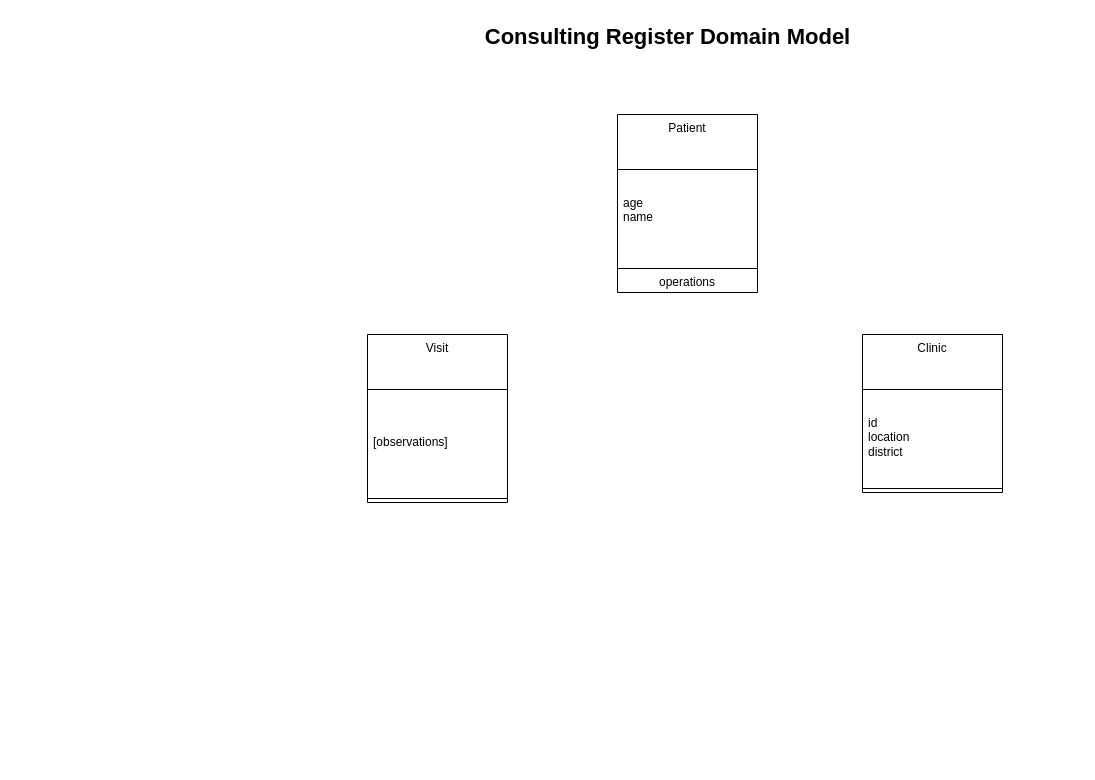
wyattmccurdy12/Consulting-Register-COS-420 keeps this draw.io diagram as archive/iteration_1/domain_model.drawio. Above is the earlier version. Source tidied: cells renumbered, new cells numbered last; positions are measured from the earlier drawing's top-left corner, leaving out a move shared by most shapes. Both pictures are drawn from the tidied source at 100%, with x=0, y=0 at pixel (367, 17).
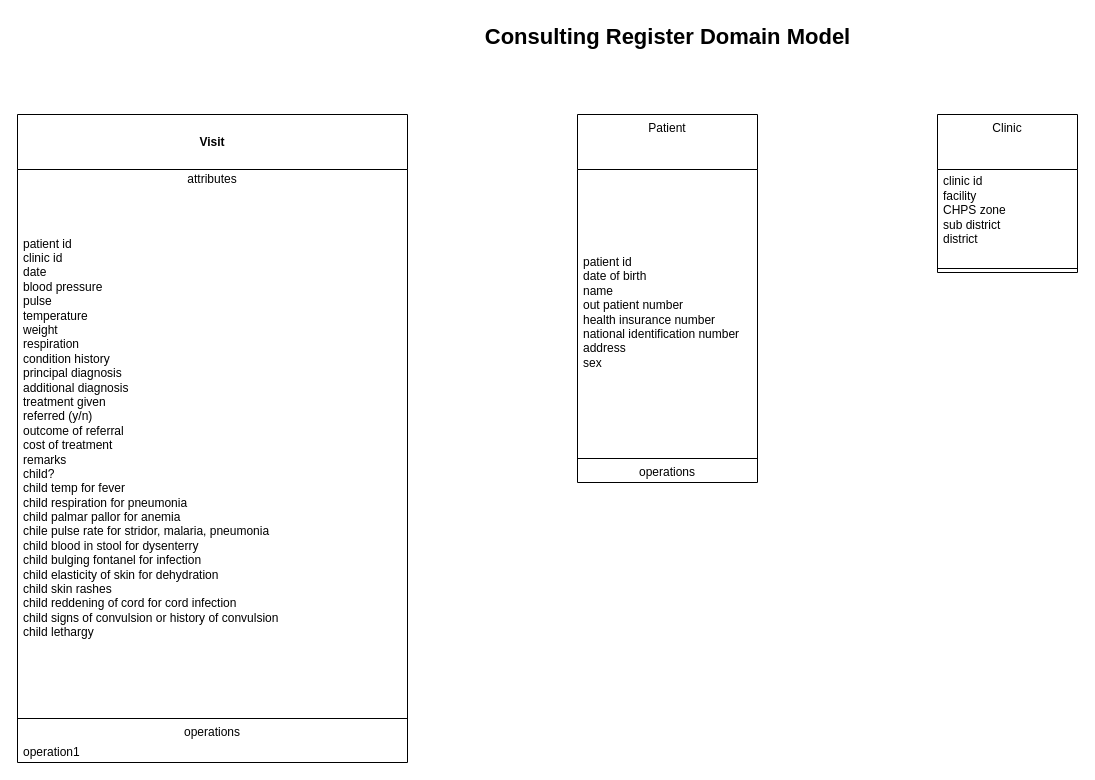
The same diagram, later.

Commit message:
fill in domain model attributes - draft

The edit, as a diff of the source:
```diff
@@
 <mxGraphModel>
   <root>
     <mxCell id="0" />
     <mxCell id="1" parent="0" />
     <mxCell id="2" value="Patient" style="swimlane;fontStyle=0;align=center;verticalAlign=top;horizontal=1;startSize=55;html=1;whiteSpace=wrap;" parent="1" vertex="1">
-      <mxGeometry x="250" y="97" width="140" height="178" as="geometry" />
+      <mxGeometry x="210" y="97" width="180" height="368" as="geometry" />
     </mxCell>
-    <mxCell id="3" value="&lt;div&gt;&lt;font style=&quot;color: light-dark(rgb(0, 0, 0), rgb(255, 255, 255));&quot;&gt;age&lt;/font&gt;&lt;/div&gt;&lt;div&gt;&lt;font style=&quot;color: light-dark(rgb(0, 0, 0), rgb(255, 255, 255));&quot;&gt;name&lt;/font&gt;&lt;/div&gt;&lt;div&gt;&lt;br&gt;&lt;/div&gt;" style="text;html=1;strokeColor=none;fillColor=none;align=left;verticalAlign=middle;spacingLeft=4;spacingRight=4;overflow=hidden;whiteSpace=wrap;" parent="2" vertex="1">
-      <mxGeometry y="55" width="140" height="95" as="geometry" />
+    <mxCell id="3" value="&lt;div&gt;patient id&lt;/div&gt;&lt;div&gt;date of birth&lt;/div&gt;&lt;div&gt;&lt;span style=&quot;background-color: transparent;&quot;&gt;name&lt;/span&gt;&lt;/div&gt;&lt;div&gt;&lt;font style=&quot;color: light-dark(rgb(0, 0, 0), rgb(255, 255, 255));&quot;&gt;out patient number&lt;/font&gt;&lt;/div&gt;&lt;div&gt;&lt;font style=&quot;color: light-dark(rgb(0, 0, 0), rgb(255, 255, 255));&quot;&gt;health insurance number&lt;/font&gt;&lt;/div&gt;&lt;div&gt;&lt;font style=&quot;color: light-dark(rgb(0, 0, 0), rgb(255, 255, 255));&quot;&gt;national identification number&lt;/font&gt;&lt;/div&gt;&lt;div&gt;address&lt;/div&gt;&lt;div&gt;sex&lt;/div&gt;" style="text;html=1;strokeColor=none;fillColor=none;align=left;verticalAlign=middle;spacingLeft=4;spacingRight=4;overflow=hidden;whiteSpace=wrap;" parent="2" vertex="1">
+      <mxGeometry y="55" width="180" height="285" as="geometry" />
     </mxCell>
     <mxCell id="4" style="line;strokeWidth=1;fillColor=none;align=left;verticalAlign=middle;spacingTop=-1;spacingLeft=3;spacingRight=3;labelPosition=right;" parent="2" vertex="1">
-      <mxGeometry y="150" width="140" height="8" as="geometry" />
+      <mxGeometry y="340" width="180" height="8" as="geometry" />
     </mxCell>
     <mxCell id="5" value="operations" style="text;html=1;strokeColor=none;fillColor=none;align=center;verticalAlign=middle;spacingLeft=4;spacingRight=4;overflow=hidden;whiteSpace=wrap;" parent="2" vertex="1">
-      <mxGeometry y="158" width="140" height="20" as="geometry" />
+      <mxGeometry y="348" width="180" height="20" as="geometry" />
     </mxCell>
     <mxCell id="6" value="&lt;b&gt;&lt;font style=&quot;font-size: 22px;&quot;&gt;Consulting Register Domain Model&lt;/font&gt;&lt;/b&gt;" style="text;html=1;align=center;verticalAlign=middle;strokeColor=none;fillColor=none;" parent="1" vertex="1">
       <mxGeometry x="105" width="390" height="40" as="geometry" />
     </mxCell>
-    <mxCell id="7" value="Visit" style="swimlane;fontStyle=0;align=center;verticalAlign=top;horizontal=1;startSize=55;html=1;whiteSpace=wrap;" parent="1" vertex="1">
-      <mxGeometry y="317" width="140" height="168" as="geometry" />
-    </mxCell>
-    <mxCell id="8" value="[observations]" style="text;html=1;strokeColor=none;fillColor=none;align=left;verticalAlign=middle;spacingLeft=4;spacingRight=4;overflow=hidden;whiteSpace=wrap;" parent="7" vertex="1">
-      <mxGeometry y="55" width="140" height="105" as="geometry" />
-    </mxCell>
-    <mxCell id="9" style="line;strokeWidth=1;fillColor=none;align=left;verticalAlign=middle;spacingTop=-1;spacingLeft=3;spacingRight=3;labelPosition=right;" parent="7" vertex="1">
-      <mxGeometry y="160" width="140" height="8" as="geometry" />
-    </mxCell>
     <mxCell id="10" value="Clinic" style="swimlane;fontStyle=0;align=center;verticalAlign=top;horizontal=1;startSize=55;html=1;whiteSpace=wrap;" parent="1" vertex="1">
-      <mxGeometry x="495" y="317" width="140" height="158" as="geometry" />
+      <mxGeometry x="570" y="97" width="140" height="158" as="geometry" />
     </mxCell>
-    <mxCell id="11" value="&lt;font style=&quot;color: light-dark(rgb(0, 0, 0), rgb(255, 255, 255));&quot;&gt;id&lt;/font&gt;&lt;div&gt;&lt;font style=&quot;color: light-dark(rgb(0, 0, 0), rgb(255, 255, 255));&quot;&gt;location&lt;/font&gt;&lt;/div&gt;&lt;div&gt;&lt;font style=&quot;color: light-dark(rgb(0, 0, 0), rgb(255, 255, 255));&quot;&gt;district&lt;/font&gt;&lt;/div&gt;" style="text;html=1;strokeColor=none;fillColor=none;align=left;verticalAlign=middle;spacingLeft=4;spacingRight=4;overflow=hidden;whiteSpace=wrap;" parent="10" vertex="1">
+    <mxCell id="11" value="&lt;div&gt;&lt;font style=&quot;color: light-dark(rgb(0, 0, 0), rgb(255, 255, 255));&quot;&gt;clinic id&lt;/font&gt;&lt;/div&gt;&lt;div&gt;&lt;font style=&quot;color: light-dark(rgb(0, 0, 0), rgb(255, 255, 255));&quot;&gt;facility&lt;/font&gt;&lt;/div&gt;&lt;div&gt;&lt;font style=&quot;color: light-dark(rgb(0, 0, 0), rgb(255, 255, 255));&quot;&gt;CHPS zone&lt;/font&gt;&lt;/div&gt;&lt;div&gt;&lt;font style=&quot;color: light-dark(rgb(0, 0, 0), rgb(255, 255, 255));&quot;&gt;sub district&lt;/font&gt;&lt;/div&gt;&lt;div&gt;&lt;font style=&quot;color: light-dark(rgb(0, 0, 0), rgb(255, 255, 255));&quot;&gt;district&lt;/font&gt;&lt;/div&gt;&lt;div&gt;&lt;br&gt;&lt;/div&gt;" style="text;html=1;strokeColor=none;fillColor=none;align=left;verticalAlign=middle;spacingLeft=4;spacingRight=4;overflow=hidden;whiteSpace=wrap;" parent="10" vertex="1">
       <mxGeometry y="55" width="140" height="95" as="geometry" />
     </mxCell>
     <mxCell id="12" style="line;strokeWidth=1;fillColor=none;align=left;verticalAlign=middle;spacingTop=-1;spacingLeft=3;spacingRight=3;labelPosition=right;" parent="10" vertex="1">
       <mxGeometry y="150" width="140" height="8" as="geometry" />
     </mxCell>
+    <mxCell id="7" value="&lt;br&gt;&lt;b&gt;Visit&lt;/b&gt;" style="swimlane;fontStyle=0;align=center;verticalAlign=top;horizontal=1;startSize=55;html=1;whiteSpace=wrap;" parent="1" vertex="1">
+      <mxGeometry x="-350" y="97" width="390" height="648" as="geometry" />
+    </mxCell>
+    <mxCell id="13" value="attributes" style="text;html=1;strokeColor=none;fillColor=none;align=center;verticalAlign=middle;spacingLeft=4;spacingRight=4;overflow=hidden;whiteSpace=wrap;" parent="7" vertex="1">
+      <mxGeometry y="55" width="390" height="20" as="geometry" />
+    </mxCell>
+    <mxCell id="14" value="patient id&lt;div&gt;clinic id&lt;/div&gt;&lt;div&gt;date&lt;/div&gt;&lt;div&gt;blood pressure&lt;/div&gt;&lt;div&gt;pulse&lt;/div&gt;&lt;div&gt;temperature&lt;/div&gt;&lt;div&gt;weight&lt;/div&gt;&lt;div&gt;respiration&lt;/div&gt;&lt;div&gt;condition history&lt;/div&gt;&lt;div&gt;principal diagnosis&lt;/div&gt;&lt;div&gt;additional diagnosis&lt;/div&gt;&lt;div&gt;treatment given&lt;/div&gt;&lt;div&gt;referred (y/n)&lt;/div&gt;&lt;div&gt;outcome of referral&lt;/div&gt;&lt;div&gt;cost of treatment&lt;/div&gt;&lt;div&gt;remarks&lt;/div&gt;&lt;div&gt;child?&lt;/div&gt;&lt;div&gt;child temp for fever&lt;/div&gt;&lt;div&gt;child respiration for pneumonia&lt;/div&gt;&lt;div&gt;child palmar pallor for anemia&lt;/div&gt;&lt;div&gt;chile pulse rate for stridor, malaria, pneumonia&lt;/div&gt;&lt;div&gt;child blood in stool for dysenterry&lt;/div&gt;&lt;div&gt;child bulging fontanel for infection&lt;/div&gt;&lt;div&gt;child elasticity of skin for dehydration&lt;/div&gt;&lt;div&gt;child skin rashes&lt;/div&gt;&lt;div&gt;child reddening of cord for cord infection&lt;/div&gt;&lt;div&gt;child signs of convulsion or history of convulsion&lt;/div&gt;&lt;div&gt;child lethargy&lt;/div&gt;&lt;div&gt;&lt;br&gt;&lt;/div&gt;&lt;div&gt;&lt;br&gt;&lt;/div&gt;" style="text;html=1;strokeColor=none;fillColor=none;align=left;verticalAlign=middle;spacingLeft=4;spacingRight=4;overflow=hidden;whiteSpace=wrap;" parent="7" vertex="1">
+      <mxGeometry y="75" width="390" height="525" as="geometry" />
+    </mxCell>
+    <mxCell id="15" style="line;strokeWidth=1;fillColor=none;align=left;verticalAlign=middle;spacingTop=-1;spacingLeft=3;spacingRight=3;labelPosition=right;" parent="7" vertex="1">
+      <mxGeometry y="600" width="390" height="8" as="geometry" />
+    </mxCell>
+    <mxCell id="16" value="operations" style="text;html=1;strokeColor=none;fillColor=none;align=center;verticalAlign=middle;spacingLeft=4;spacingRight=4;overflow=hidden;whiteSpace=wrap;" parent="7" vertex="1">
+      <mxGeometry y="608" width="390" height="20" as="geometry" />
+    </mxCell>
+    <mxCell id="17" value="operation1" style="text;html=1;strokeColor=none;fillColor=none;align=left;verticalAlign=middle;spacingLeft=4;spacingRight=4;overflow=hidden;whiteSpace=wrap;" parent="7" vertex="1">
+      <mxGeometry y="628" width="390" height="20" as="geometry" />
+    </mxCell>
   </root>
 </mxGraphModel>
```
